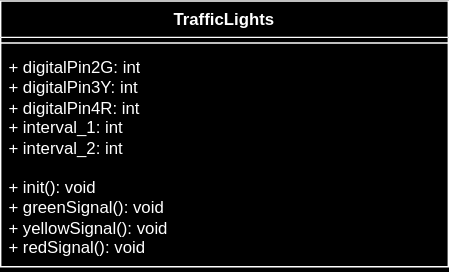
This is ClassDiagram.drawio.svg from SamRB-dev/Traffic_Light_System, a draw.io export, as it was before one commit. Source tidied: cells renumbered, new cells last; positions are measured from the earlier drawing's top-left corner, leaving out a move shared by most shapes. Its diagram source:
```xml
<mxGraphModel>
  <root>
    <mxCell id="0" />
    <mxCell id="1" parent="0" />
    <mxCell id="2" value="TrafficLights" style="swimlane;fontStyle=1;align=center;verticalAlign=top;horizontal=1;startSize=26;whiteSpace=wrap;html=1;" parent="1" vertex="1">
      <mxGeometry width="320" height="190" as="geometry" />
    </mxCell>
    <mxCell id="3" style="line;strokeWidth=1;fillColor=none;align=left;verticalAlign=middle;spacingTop=-1;spacingLeft=3;spacingRight=3;labelPosition=right;strokeColor=inherit;" parent="2" vertex="1">
      <mxGeometry y="26" width="320" height="8" as="geometry" />
    </mxCell>
    <mxCell id="4" value="&lt;div&gt;+ digitalPin2G: int&lt;/div&gt;&lt;div&gt;+ digitalPin3Y: int&lt;/div&gt;&lt;div&gt;+ digitalPin4R: int&lt;/div&gt;&lt;div&gt;+ interval_1: int&lt;/div&gt;&lt;div&gt;+ interval_2: int&lt;br&gt;&lt;/div&gt;&lt;div&gt;&lt;br&gt;&lt;/div&gt;" style="text;strokeColor=none;fillColor=none;align=left;verticalAlign=top;spacingLeft=4;spacingRight=4;overflow=hidden;whiteSpace=wrap;html=1;strokeWidth=5;" parent="2" vertex="1">
      <mxGeometry y="34" width="320" height="86" as="geometry" />
    </mxCell>
    <mxCell id="5" value="&lt;div&gt;+ init(): void&lt;/div&gt;&lt;div&gt;+ greenSignal(): void&lt;/div&gt;&lt;div&gt;+ yellowSignal(): void&lt;/div&gt;&lt;div&gt;+ redSignal(): void&lt;br&gt;&lt;/div&gt;" style="text;strokeColor=none;fillColor=none;align=left;verticalAlign=top;spacingLeft=4;spacingRight=4;overflow=hidden;whiteSpace=wrap;html=1;" parent="2" vertex="1">
      <mxGeometry y="120" width="320" height="70" as="geometry" />
    </mxCell>
  </root>
</mxGraphModel>
```
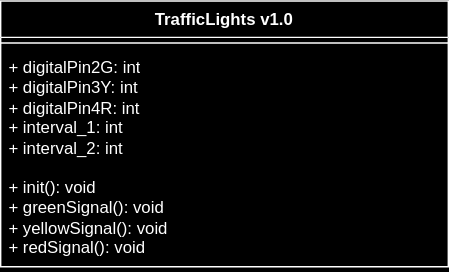
The same file after the commit.

Change to the diagram source:
```diff
@@ -2,7 +2,7 @@
   <root>
     <mxCell id="0" />
     <mxCell id="1" parent="0" />
-    <mxCell id="2" value="TrafficLights" style="swimlane;fontStyle=1;align=center;verticalAlign=top;horizontal=1;startSize=26;whiteSpace=wrap;html=1;" parent="1" vertex="1">
+    <mxCell id="2" value="&lt;div&gt;TrafficLights v1.0&lt;/div&gt;" style="swimlane;fontStyle=1;align=center;verticalAlign=top;horizontal=1;startSize=26;whiteSpace=wrap;html=1;" parent="1" vertex="1">
       <mxGeometry width="320" height="190" as="geometry" />
     </mxCell>
     <mxCell id="3" style="line;strokeWidth=1;fillColor=none;align=left;verticalAlign=middle;spacingTop=-1;spacingLeft=3;spacingRight=3;labelPosition=right;strokeColor=inherit;" parent="2" vertex="1">
```
